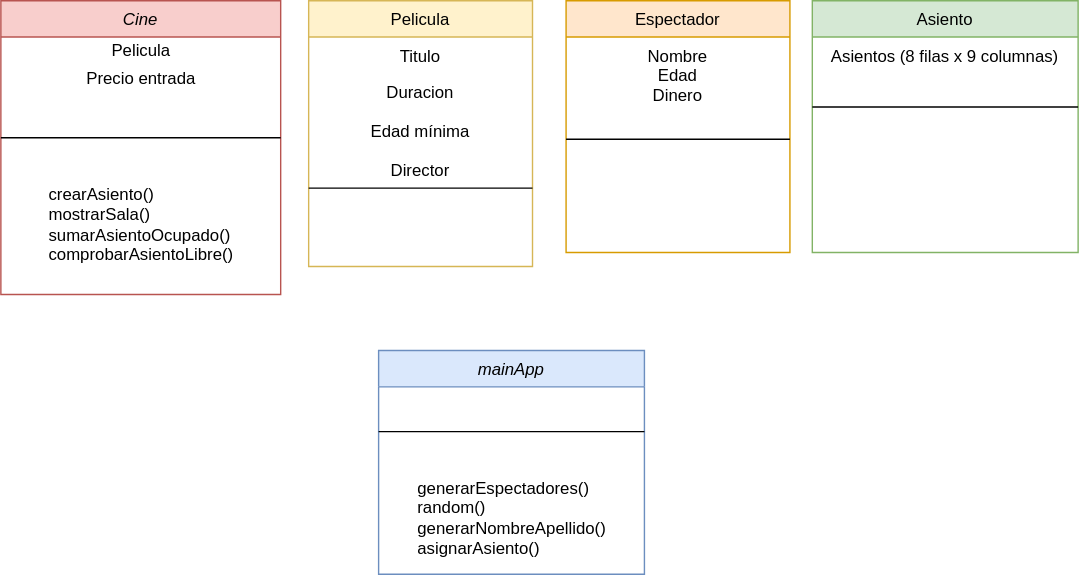
Above: Untitled Diagram.drawio.svg in AidaQ27/UN09-EQUIPO6 (draw.io), before the change. Source tidied: cells renumbered, new cells last; positions are measured from the earlier drawing's top-left corner, leaving out a move shared by most shapes.
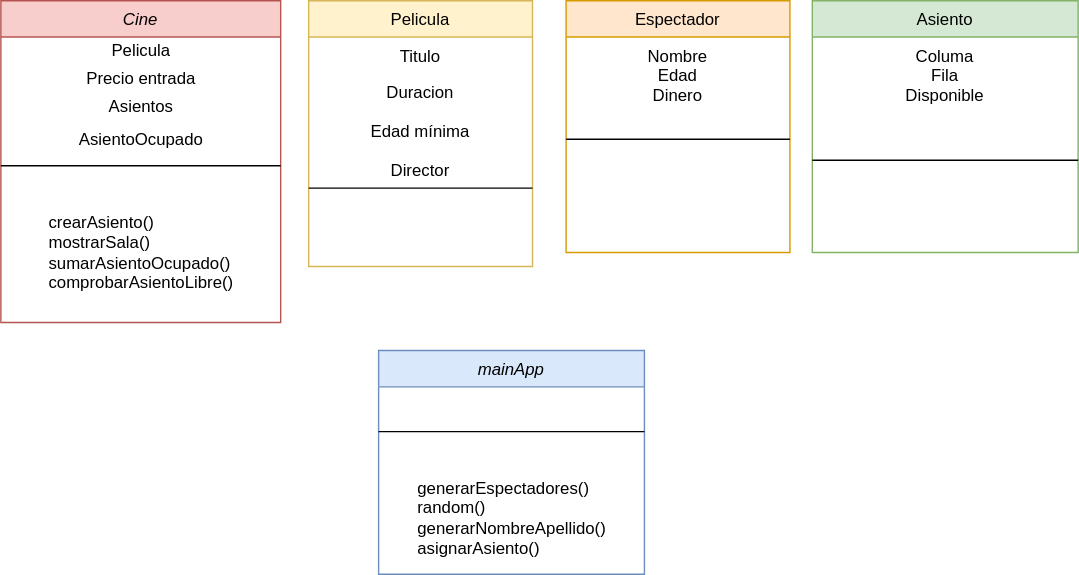
The same diagram one commit later.

The edit, as a diff of the source:
```diff
@@ -3,7 +3,7 @@
     <mxCell id="0" />
     <mxCell id="1" parent="0" />
     <mxCell id="2" value="Cine" style="swimlane;fontStyle=2;align=center;verticalAlign=top;horizontal=1;startSize=26;rounded=0;shadow=0;strokeWidth=1;fillColor=#f8cecc;strokeColor=#b85450;" parent="1" vertex="1">
-      <mxGeometry width="200" height="210" as="geometry" />
+      <mxGeometry width="200" height="230" as="geometry" />
     </mxCell>
     <mxCell id="3" value="Pelicula" style="text;html=1;align=center;verticalAlign=middle;strokeColor=none;fillColor=none;" parent="2" vertex="1">
       <mxGeometry y="26" width="200" height="20" as="geometry" />
@@ -11,11 +11,14 @@
     <mxCell id="4" value="Precio entrada" style="text;html=1;align=center;verticalAlign=middle;strokeColor=none;fillColor=none;" parent="2" vertex="1">
       <mxGeometry y="46" width="200" height="20" as="geometry" />
     </mxCell>
+    <mxCell id="20" value="Asientos&lt;br&gt;" style="text;html=1;align=center;verticalAlign=middle;strokeColor=none;fillColor=none;" parent="2" vertex="1">
+      <mxGeometry y="66" width="200" height="20" as="geometry" />
+    </mxCell>
     <mxCell id="5" style="line;html=1;strokeWidth=1;align=left;verticalAlign=middle;spacingTop=-1;spacingLeft=3;spacingRight=3;labelPosition=right;" parent="2" vertex="1">
-      <mxGeometry y="66" width="200" height="64" as="geometry" />
+      <mxGeometry y="86" width="200" height="64" as="geometry" />
     </mxCell>
     <mxCell id="6" value="&lt;div style=&quot;text-align: justify&quot;&gt;crearAsiento()&lt;/div&gt;&lt;div style=&quot;text-align: justify&quot;&gt;mostrarSala()&lt;/div&gt;&lt;div style=&quot;text-align: justify&quot;&gt;sumarAsientoOcupado()&lt;/div&gt;&lt;div style=&quot;text-align: justify&quot;&gt;comprobarAsientoLibre()&lt;/div&gt;" style="text;html=1;align=center;verticalAlign=middle;strokeColor=none;fillColor=none;" parent="2" vertex="1">
-      <mxGeometry y="130" width="200" height="60" as="geometry" />
+      <mxGeometry y="150" width="200" height="60" as="geometry" />
     </mxCell>
     <mxCell id="7" value="Pelicula" style="swimlane;fontStyle=0;align=center;verticalAlign=top;horizontal=1;startSize=26;rounded=0;shadow=0;strokeWidth=1;fillColor=#fff2cc;strokeColor=#d6b656;" parent="1" vertex="1">
       <mxGeometry x="220" width="160" height="190" as="geometry" />
@@ -41,11 +44,11 @@
     <mxCell id="14" value="Asiento" style="swimlane;fontStyle=0;align=center;verticalAlign=top;horizontal=1;startSize=26;rounded=0;shadow=0;strokeWidth=1;fillColor=#d5e8d4;strokeColor=#82b366;" parent="1" vertex="1">
       <mxGeometry x="580" width="190" height="180" as="geometry" />
     </mxCell>
-    <mxCell id="15" value="Asientos (8 filas x 9 columnas)" style="text;align=center;verticalAlign=top;spacingLeft=4;spacingRight=4;overflow=hidden;" parent="14" vertex="1">
-      <mxGeometry y="26" width="190" height="26" as="geometry" />
+    <mxCell id="15" value="Columa&#10;Fila&#10;Disponible" style="text;align=center;verticalAlign=top;spacingLeft=4;spacingRight=4;overflow=hidden;" parent="14" vertex="1">
+      <mxGeometry y="26" width="190" height="64" as="geometry" />
     </mxCell>
     <mxCell id="16" style="line;html=1;strokeWidth=1;align=left;verticalAlign=middle;spacingTop=-1;spacingLeft=3;spacingRight=3;labelPosition=right;" parent="14" vertex="1">
-      <mxGeometry y="52" width="190" height="48" as="geometry" />
+      <mxGeometry y="90" width="190" height="48" as="geometry" />
     </mxCell>
     <mxCell id="17" value="mainApp" style="swimlane;fontStyle=2;align=center;verticalAlign=top;horizontal=1;startSize=26;rounded=0;shadow=0;strokeWidth=1;fillColor=#dae8fc;strokeColor=#6c8ebf;" parent="1" vertex="1">
       <mxGeometry x="270" y="250" width="190" height="160" as="geometry" />
@@ -56,5 +59,8 @@
     <mxCell id="19" value="&lt;div style=&quot;text-align: justify&quot;&gt;generarEspectadores()&lt;/div&gt;&lt;div style=&quot;text-align: justify&quot;&gt;random()&lt;/div&gt;&lt;div style=&quot;text-align: justify&quot;&gt;generarNombreApellido()&lt;/div&gt;&lt;div style=&quot;text-align: justify&quot;&gt;asignarAsiento()&lt;/div&gt;" style="text;html=1;align=center;verticalAlign=middle;strokeColor=none;fillColor=none;" parent="17" vertex="1">
       <mxGeometry y="90" width="190" height="60" as="geometry" />
     </mxCell>
+    <mxCell id="21" value="AsientoOcupado" style="text;html=1;align=center;verticalAlign=middle;strokeColor=none;fillColor=none;" parent="1" vertex="1">
+      <mxGeometry x="50" y="90" width="100" height="20" as="geometry" />
+    </mxCell>
   </root>
 </mxGraphModel>
```
